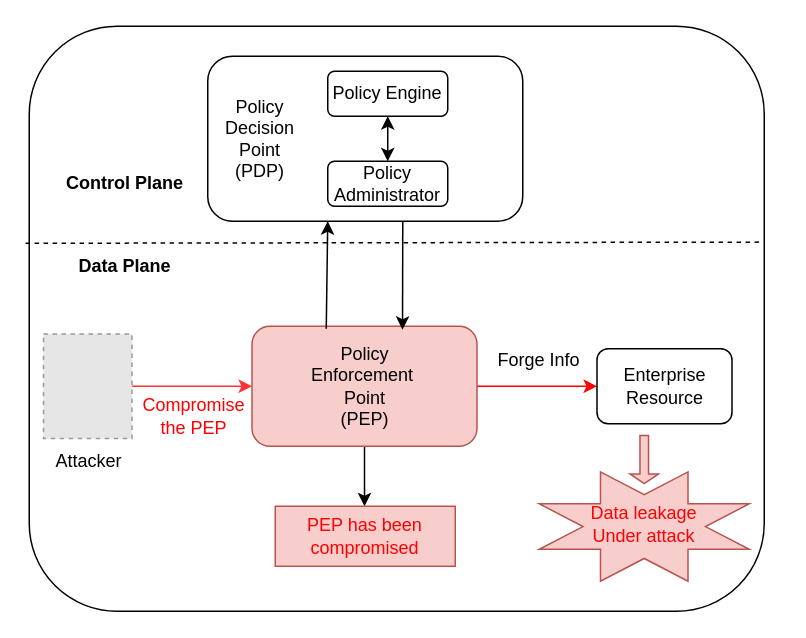
Earlier version of the draw.io diagram PEP has been compromised.drawio (Norton-Lin/Picture). Source tidied: cells renumbered, new cells numbered last; positions are measured from the earlier drawing's top-left corner, leaving out a move shared by most shapes. Both pictures are drawn from the tidied source at 150%, with x=0, y=0 at pixel (28, 26). Pictures stored in the file or linked from it are replaced by grey dashed boxes.
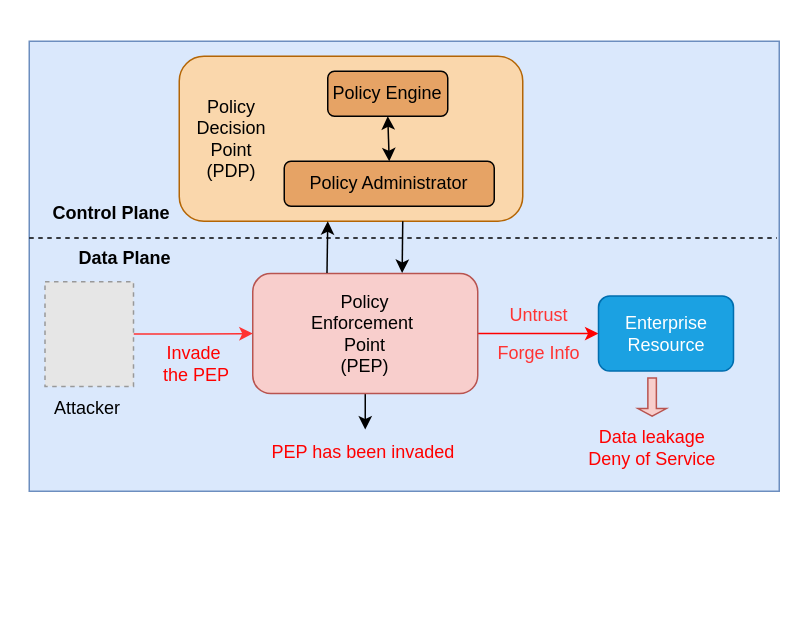
The same page after the edit.

The edit, as a diff of the source:
```diff
@@
-    <mxCell id="2" style="rounded=1;whiteSpace=wrap;html=1;" parent="1" vertex="1">
-      <mxGeometry width="490" height="390" as="geometry" />
-    </mxCell>
+    <mxCell id="26" style="rounded=0;whiteSpace=wrap;html=1;fillColor=#dae8fc;strokeColor=#6c8ebf;" parent="1" vertex="1">
+      <mxGeometry y="10" width="500" height="300" as="geometry" />
+    </mxCell>
-    <mxCell id="3" style="endArrow=none;dashed=1;html=1;rounded=0;exitX=-0.005;exitY=0.371;exitDx=0;exitDy=0;entryX=0.999;entryY=0.369;entryDx=0;entryDy=0;entryPerimeter=0;exitPerimeter=0;" parent="1" edge="1" source="2" target="2">
+    <mxCell id="3" style="endArrow=none;dashed=1;html=1;rounded=0;exitX=0;exitY=0.437;exitDx=0;exitDy=0;exitPerimeter=0;entryX=0.997;entryY=0.437;entryDx=0;entryDy=0;entryPerimeter=0;" parent="1" edge="1" source="26" target="26">
       <mxGeometry relative="1" as="geometry" />
     </mxCell>
     <mxCell id="4" value="&lt;b&gt;Control Plane&lt;/b&gt;" style="text;html=1;align=center;verticalAlign=middle;whiteSpace=wrap;rounded=0;" parent="1" vertex="1">
-      <mxGeometry x="9" y="90" width="110" height="30" as="geometry" />
+      <mxGeometry y="110" width="110" height="30" as="geometry" />
     </mxCell>
     <mxCell id="5" value="&lt;b&gt;Data Plane&lt;/b&gt;" style="text;html=1;align=center;verticalAlign=middle;whiteSpace=wrap;rounded=0;" parent="1" vertex="1">
-      <mxGeometry x="9" y="145" width="110" height="30" as="geometry" />
+      <mxGeometry x="9" y="140.3" width="110" height="30" as="geometry" />
     </mxCell>
-    <mxCell id="6" style="rounded=1;whiteSpace=wrap;html=1;" parent="1" vertex="1">
-      <mxGeometry x="119" y="20" width="210" height="110" as="geometry" />
+    <mxCell id="6" style="rounded=1;whiteSpace=wrap;html=1;fillColor=#fad7ac;strokeColor=#b46504;" parent="1" vertex="1">
+      <mxGeometry x="100" y="20" width="229" height="110" as="geometry" />
     </mxCell>
     <mxCell id="7" value="Policy Decision Point&lt;div&gt;(PDP)&lt;/div&gt;" style="text;html=1;align=center;verticalAlign=middle;whiteSpace=wrap;rounded=0;" parent="1" vertex="1">
-      <mxGeometry x="119" y="50" width="70" height="50" as="geometry" />
+      <mxGeometry x="100" y="50" width="70" height="50" as="geometry" />
     </mxCell>
@@
-    <mxCell id="9" style="edgeStyle=orthogonalEdgeStyle;rounded=0;jettySize=auto;html=1;" parent="1" edge="1" source="10">
+    <mxCell id="9" style="edgeStyle=orthogonalEdgeStyle;rounded=0;jettySize=auto;html=1;entryX=0.5;entryY=0;entryDx=0;entryDy=0;" parent="1" edge="1" source="10">
       <mxGeometry relative="1" as="geometry">
-        <mxPoint x="223.5" y="320" as="targetPoint" />
+        <mxPoint x="224" y="268.9" as="targetPoint" />
       </mxGeometry>
     </mxCell>
     <mxCell id="10" value="Policy&lt;div&gt;Enforcement&amp;nbsp;&lt;/div&gt;&lt;div&gt;Point&lt;div&gt;(PEP)&lt;/div&gt;&lt;/div&gt;" style="rounded=1;whiteSpace=wrap;html=1;fillColor=#f8cecc;strokeColor=#b85450;" parent="1" vertex="1">
-      <mxGeometry x="148.5" y="200" width="150" height="80" as="geometry" />
+      <mxGeometry x="149" y="164.9" width="150" height="80" as="geometry" />
     </mxCell>
-    <mxCell id="11" value="Policy Engine" style="rounded=1;whiteSpace=wrap;html=1;" parent="1" vertex="1">
+    <mxCell id="11" value="Policy Engine" style="rounded=1;whiteSpace=wrap;html=1;fillColor=light-dark(#e6a365, #ededed);" parent="1" vertex="1">
       <mxGeometry x="199" y="30" width="80" height="30" as="geometry" />
     </mxCell>
-    <mxCell id="12" value="Policy Administrator" style="rounded=1;whiteSpace=wrap;html=1;" parent="1" vertex="1">
-      <mxGeometry x="199" y="90" width="80" height="30" as="geometry" />
+    <mxCell id="12" value="Policy Administrator" style="rounded=1;whiteSpace=wrap;html=1;fillColor=light-dark(#e6a365, #ededed);" parent="1" vertex="1">
+      <mxGeometry x="170" y="90" width="140" height="30" as="geometry" />
     </mxCell>
-    <mxCell id="13" style="endArrow=classic;html=1;rounded=0;exitX=0.33;exitY=0.021;exitDx=0;exitDy=0;exitPerimeter=0;" parent="1" edge="1" source="10">
+    <mxCell id="13" style="endArrow=classic;html=1;rounded=0;exitX=0.33;exitY=-0.005;exitDx=0;exitDy=0;exitPerimeter=0;" parent="1" edge="1" source="10">
       <mxGeometry relative="1" as="geometry">
         <mxPoint x="199" y="130" as="targetPoint" />
       </mxGeometry>
     </mxCell>
-    <mxCell id="14" style="endArrow=classic;html=1;rounded=0;entryX=0.669;entryY=0.029;entryDx=0;entryDy=0;entryPerimeter=0;" parent="1" edge="1" target="10">
+    <mxCell id="14" style="endArrow=classic;html=1;rounded=0;entryX=0.664;entryY=-0.005;entryDx=0;entryDy=0;entryPerimeter=0;" parent="1" edge="1" target="10">
       <mxGeometry relative="1" as="geometry">
         <mxPoint x="249" y="130" as="sourcePoint" />
       </mxGeometry>
     </mxCell>
-    <mxCell id="15" value="Enterprise&lt;div&gt;Resource&lt;/div&gt;" style="rounded=1;whiteSpace=wrap;html=1;" parent="1" vertex="1">
-      <mxGeometry x="378.5" y="215" width="90" height="50" as="geometry" />
+    <mxCell id="15" value="&lt;font style=&quot;color: light-dark(rgb(255, 255, 255), rgb(237, 237, 237));&quot;&gt;Enterprise&lt;/font&gt;&lt;div&gt;&lt;font style=&quot;color: light-dark(rgb(255, 255, 255), rgb(237, 237, 237));&quot;&gt;Resource&lt;/font&gt;&lt;/div&gt;" style="rounded=1;whiteSpace=wrap;html=1;fillColor=#1ba1e2;strokeColor=#006EAF;fontColor=#ffffff;" parent="1" vertex="1">
+      <mxGeometry x="379.5" y="179.9" width="90" height="50" as="geometry" />
     </mxCell>
-    <mxCell id="16" value="Forge Info" style="text;html=1;align=center;verticalAlign=middle;whiteSpace=wrap;rounded=0;" parent="1" vertex="1">
-      <mxGeometry x="309.5" y="205.1" width="60" height="35" as="geometry" />
+    <mxCell id="16" value="&lt;font style=&quot;color: rgb(255, 51, 51);&quot;&gt;Forge Info&lt;/font&gt;" style="text;html=1;align=center;verticalAlign=middle;whiteSpace=wrap;rounded=0;" parent="1" vertex="1">
+      <mxGeometry x="310" y="200" width="60" height="35" as="geometry" />
     </mxCell>
@@
     <mxCell id="19" style="fillColor=#E6E6E6;strokeColor=#999999;dashed=1;verticalLabelPosition=bottom;labelBackgroundColor=default;verticalAlign=top;" parent="1" vertex="1">
-      <mxGeometry x="9.5" y="205.1" width="59" height="69.8" as="geometry" />
+      <mxGeometry x="10.5" y="170.3" width="59" height="69.8" as="geometry" />
     </mxCell>
-    <mxCell id="20" value="&lt;font style=&quot;color: rgb(255, 0, 0);&quot;&gt;Compromise the PEP&lt;/font&gt;" style="text;html=1;align=center;verticalAlign=middle;whiteSpace=wrap;rounded=0;" parent="1" vertex="1">
-      <mxGeometry x="79.5" y="244.9" width="60" height="30" as="geometry" />
+    <mxCell id="20" value="&lt;font style=&quot;color: rgb(255, 0, 0);&quot;&gt;Invade&lt;/font&gt;&lt;div&gt;&lt;font style=&quot;color: rgb(255, 0, 0);&quot;&gt;&amp;nbsp;the PEP&lt;/font&gt;&lt;/div&gt;" style="text;html=1;align=center;verticalAlign=middle;whiteSpace=wrap;rounded=0;" parent="1" vertex="1">
+      <mxGeometry x="79.5" y="210.1" width="60" height="30" as="geometry" />
     </mxCell>
     <mxCell id="21" value="Attacker" style="text;html=1;align=center;verticalAlign=middle;whiteSpace=wrap;rounded=0;" parent="1" vertex="1">
-      <mxGeometry x="9.5" y="274.9" width="60" height="30" as="geometry" />
+      <mxGeometry x="9" y="240.1" width="60" height="30" as="geometry" />
     </mxCell>
-    <mxCell id="22" value="&lt;font style=&quot;color: rgb(255, 0, 0);&quot;&gt;PEP has been compromised&lt;/font&gt;" style="rounded=0;whiteSpace=wrap;html=1;fillColor=#f8cecc;strokeColor=#b85450;" parent="1" vertex="1">
-      <mxGeometry x="164" y="320" width="120" height="40" as="geometry" />
-    </mxCell>
-    <mxCell id="23" style="verticalLabelPosition=bottom;verticalAlign=top;html=1;shape=mxgraph.basic.8_point_star;fillColor=#f8cecc;strokeColor=#b85450;" parent="1" vertex="1">
-      <mxGeometry x="340" y="297.1" width="140" height="72.9" as="geometry" />
-    </mxCell>
     <mxCell id="24" style="shape=singleArrow;direction=south;whiteSpace=wrap;html=1;rotation=0;fillColor=#f8cecc;strokeColor=#b85450;" parent="1" vertex="1">
-      <mxGeometry x="400.5" y="272.8" width="19" height="32.1" as="geometry" />
+      <mxGeometry x="405.8" y="234.5" width="18.9" height="25.5" as="geometry" />
     </mxCell>
-    <mxCell id="25" value="&lt;font style=&quot;color: rgb(255, 0, 0);&quot;&gt;Data leakage&lt;/font&gt;&lt;div&gt;&lt;font style=&quot;color: rgb(255, 0, 0);&quot;&gt;Under attack&lt;/font&gt;&lt;/div&gt;" style="rounded=0;whiteSpace=wrap;html=1;fillColor=#f8cecc;strokeColor=none;" parent="1" vertex="1">
-      <mxGeometry x="372.2" y="320" width="75.5" height="23.6" as="geometry" />
+    <mxCell id="25" value="&lt;font style=&quot;color: rgb(255, 0, 0);&quot;&gt;Data leakage&lt;/font&gt;&lt;div&gt;&lt;font color=&quot;#ff0000&quot;&gt;Deny of Service&lt;/font&gt;&lt;/div&gt;" style="rounded=0;whiteSpace=wrap;html=1;fillColor=none;strokeColor=none;" parent="1" vertex="1">
+      <mxGeometry x="370" y="269.6" width="90.5" height="23.6" as="geometry" />
     </mxCell>
+    <mxCell id="27" value="&lt;font style=&quot;color: rgb(255, 51, 51);&quot;&gt;Untrust&lt;/font&gt;" style="text;html=1;align=center;verticalAlign=middle;whiteSpace=wrap;rounded=0;" parent="1" vertex="1">
+      <mxGeometry x="310" y="175.1" width="60" height="35" as="geometry" />
+    </mxCell>
+    <mxCell id="28" value="&lt;span style=&quot;color: rgb(255, 0, 0); font-family: Helvetica; font-size: 12px; font-style: normal; font-variant-ligatures: normal; font-variant-caps: normal; font-weight: 400; letter-spacing: normal; orphans: 2; text-align: center; text-indent: 0px; text-transform: none; widows: 2; word-spacing: 0px; -webkit-text-stroke-width: 0px; white-space: normal; text-decoration-thickness: initial; text-decoration-style: initial; text-decoration-color: initial; float: none; display: inline !important;&quot;&gt;PEP has been invaded&lt;/span&gt;" style="text;whiteSpace=wrap;html=1;" parent="1" vertex="1">
+      <mxGeometry x="160" y="269.6" width="160" height="40" as="geometry" />
+    </mxCell>
```
